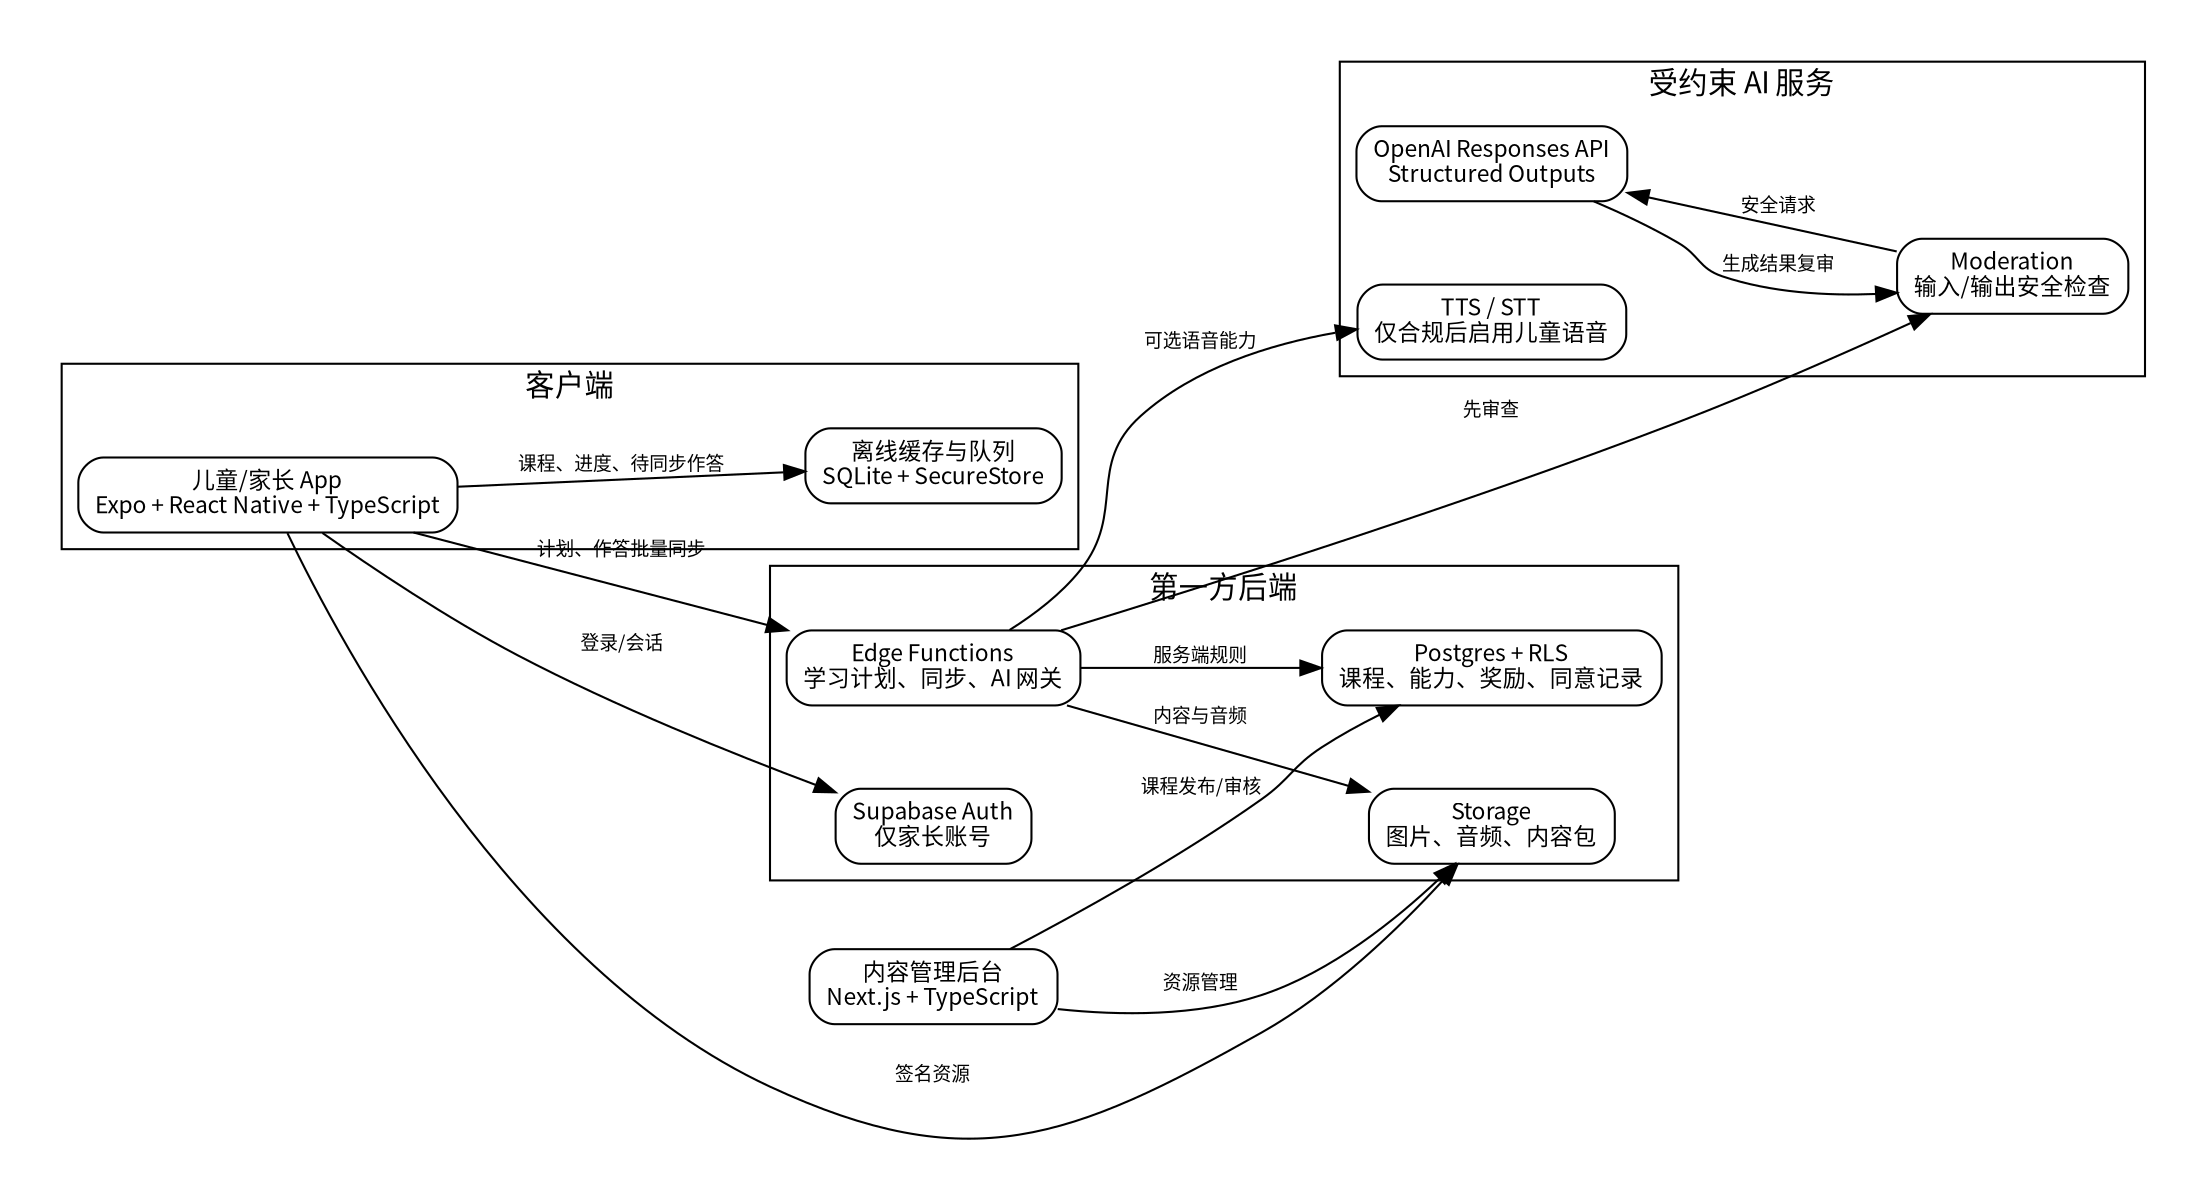
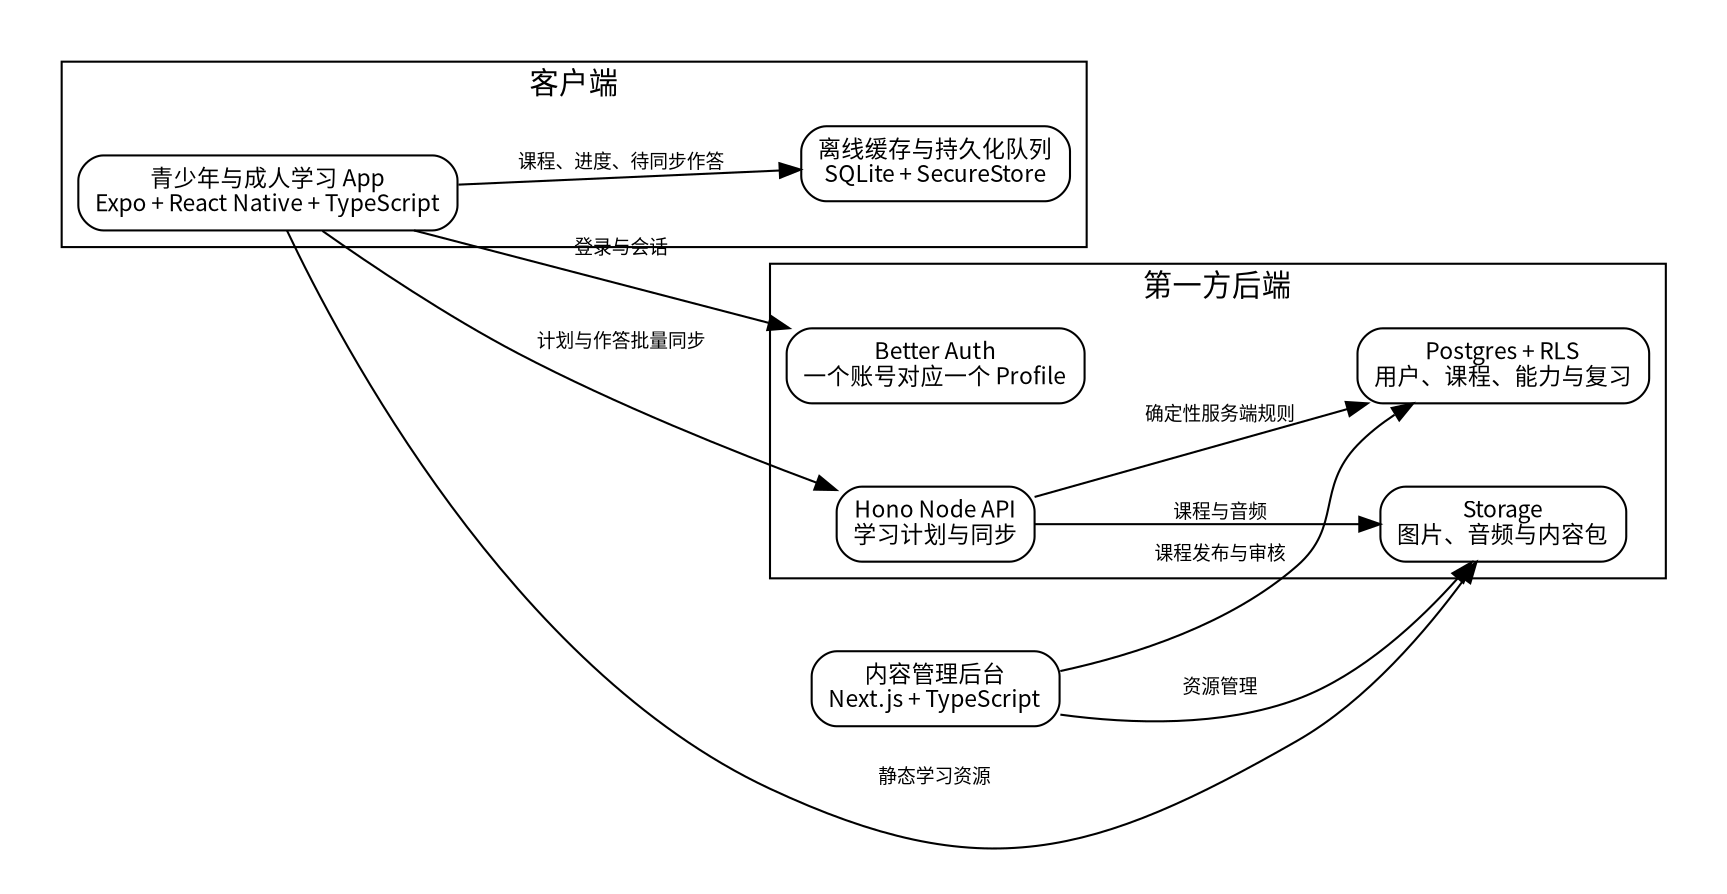
digraph G {
  rankdir=LR;
  graph [fontname="Noto Sans CJK SC", nodesep=0.55, ranksep=0.8, pad=0.3];
  node [shape=box, style="rounded", fontname="Noto Sans CJK SC", fontsize=11];
  edge [fontname="Noto Sans CJK SC", fontsize=9];

  subgraph cluster_client {
    label="客户端";
    fontname="Noto Sans CJK SC";
-     mobile [label="儿童/家长 App\nExpo + React Native + TypeScript"];
-     localdb [label="离线缓存与队列\nSQLite + SecureStore"];
+     mobile [label="青少年与成人学习 App\nExpo + React Native + TypeScript"];
+     localdb [label="离线缓存与持久化队列\nSQLite + SecureStore"];
    mobile -> localdb [label="课程、进度、待同步作答"];
  }

  subgraph cluster_backend {
    label="第一方后端";
    fontname="Noto Sans CJK SC";
-     auth [label="Supabase Auth\n仅家长账号"];
-     db [label="Postgres + RLS\n课程、能力、奖励、同意记录"];
-     edgefn [label="Edge Functions\n学习计划、同步、AI 网关"];
-     storage [label="Storage\n图片、音频、内容包"];
-   }
- 
-   subgraph cluster_ai {
-     label="受约束 AI 服务";
-     fontname="Noto Sans CJK SC";
-     llm [label="OpenAI Responses API\nStructured Outputs"];
-     moderation [label="Moderation\n输入/输出安全检查"];
-     audio [label="TTS / STT\n仅合规后启用儿童语音"];
+     auth [label="Better Auth\n一个账号对应一个 Profile"];
+     db [label="Postgres + RLS\n用户、课程、能力与复习"];
+     api [label="Hono Node API\n学习计划与同步"];
+     storage [label="Storage\n图片、音频与内容包"];
  }

  admin [label="内容管理后台\nNext.js + TypeScript"];

-   mobile -> auth [label="登录/会话"];
-   mobile -> edgefn [label="计划、作答批量同步"];
-   mobile -> storage [label="签名资源"];
-   edgefn -> db [label="服务端规则"];
-   edgefn -> storage [label="内容与音频"];
-   admin -> db [label="课程发布/审核"];
+   mobile -> auth [label="登录与会话"];
+   mobile -> api [label="计划与作答批量同步"];
+   mobile -> storage [label="静态学习资源"];
+   api -> db [label="确定性服务端规则"];
+   api -> storage [label="课程与音频"];
+   admin -> db [label="课程发布与审核"];
  admin -> storage [label="资源管理"];
-   edgefn -> moderation [label="先审查"];
-   moderation -> llm [label="安全请求"];
-   llm -> moderation [label="生成结果复审"];
-   edgefn -> audio [label="可选语音能力"];
}
